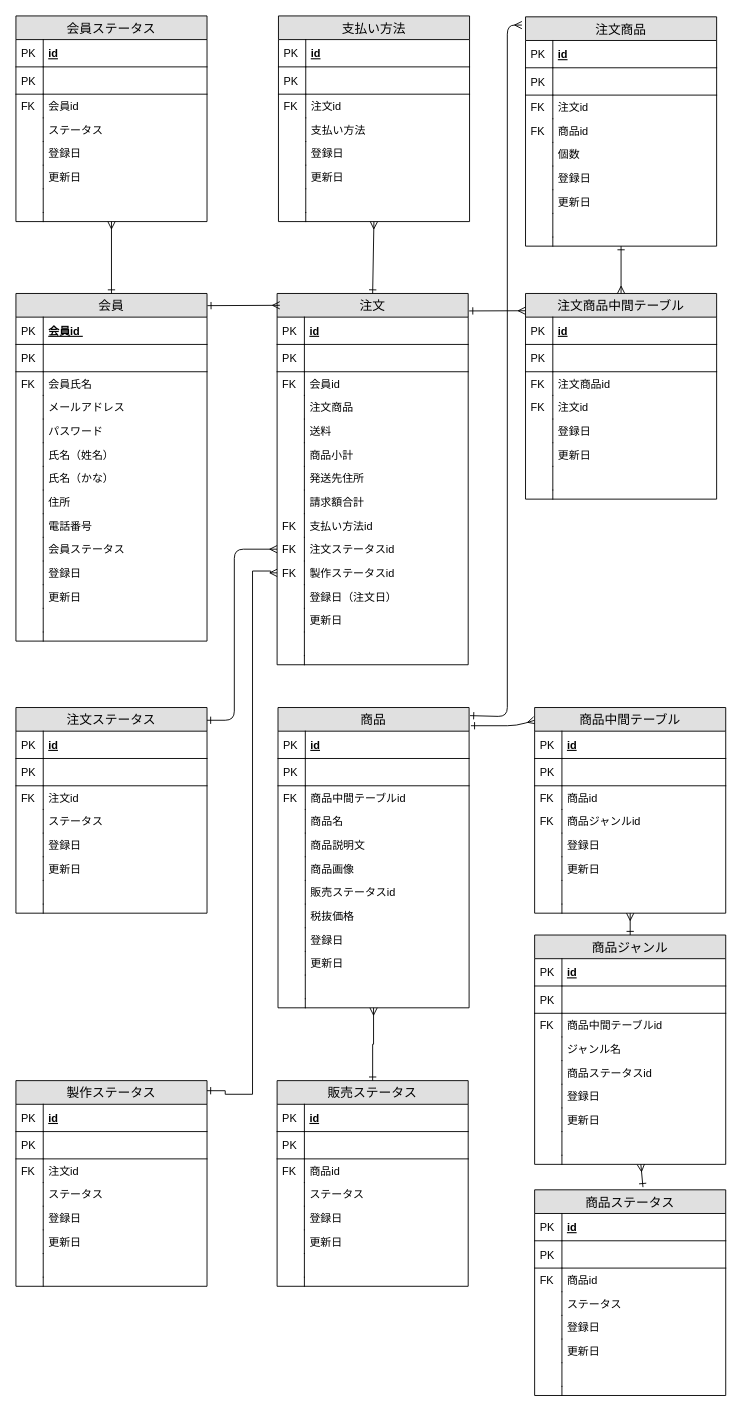
Earlier version of the draw.io diagram page "第二正規形" (3 of 4) of ER図.drawio (tibisaki67/ECsite). Source tidied: cells renumbered, new cells numbered last; positions are measured from the earlier drawing's top-left corner, leaving out a move shared by most shapes. Both pictures are drawn from the tidied source at 91%, with x=0, y=0 at pixel (15, 15).
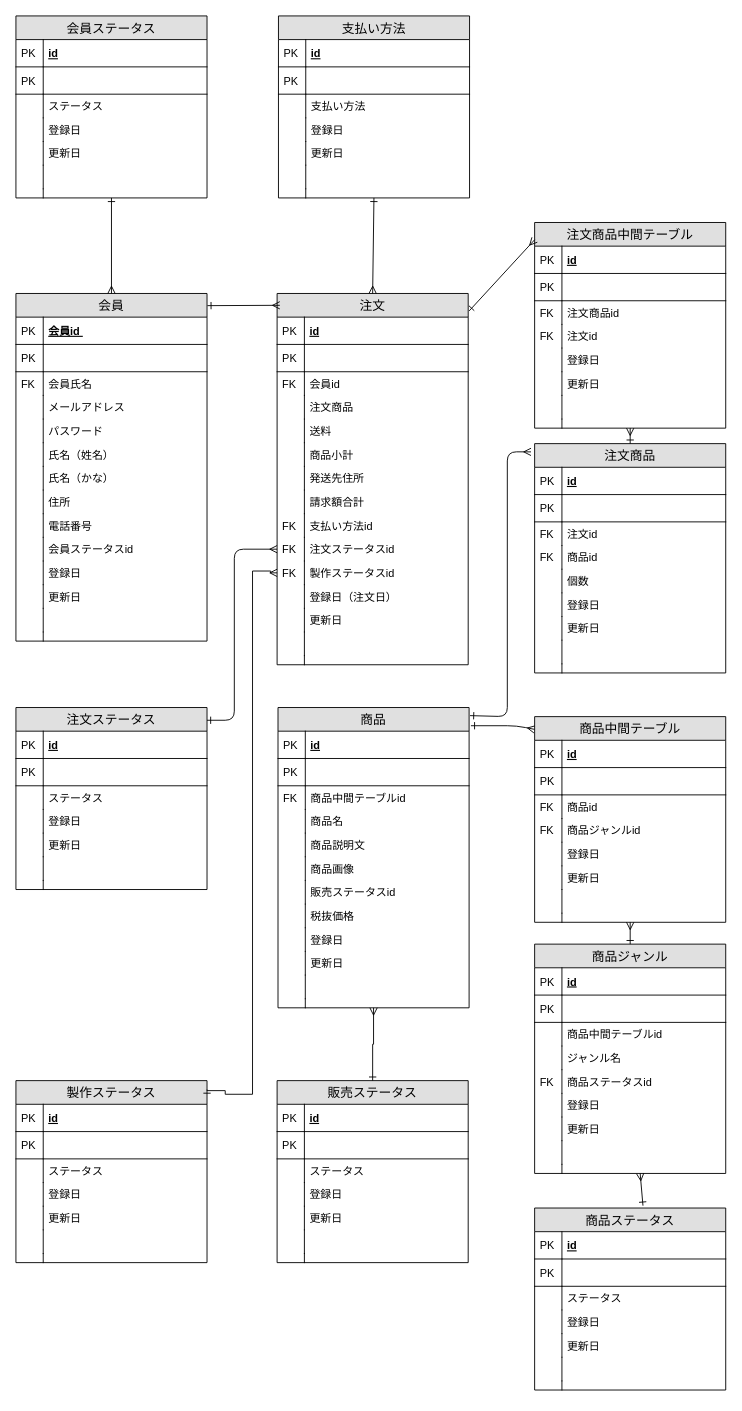
The same diagram, later.

The change refers to these unchanged cells:
```xml
<mxCell id="3" value="会員" style="swimlane;fontStyle=0;horizontal=1;startSize=26;fillColor=#e0e0e0;swimlaneFillColor=#ffffff;align=center;fontSize=14;" parent="1" vertex="1">
  <mxGeometry y="305" width="210" height="382" as="geometry" />
</mxCell>
<mxCell id="32" value="注文" style="swimlane;fontStyle=0;horizontal=1;startSize=26;fillColor=#e0e0e0;swimlaneFillColor=#ffffff;align=center;fontSize=14;" parent="1" vertex="1">
  <mxGeometry x="287" y="305" width="210" height="408" as="geometry" />
</mxCell>
<mxCell id="82" value="商品" style="swimlane;fontStyle=0;horizontal=1;startSize=26;fillColor=#e0e0e0;swimlaneFillColor=#ffffff;align=center;fontSize=14;" parent="1" vertex="1">
  <mxGeometry x="288" y="760" width="210" height="330" as="geometry" />
</mxCell>
<mxCell id="112" value="商品中間テーブルid" style="shape=partialRectangle;top=0;left=0;right=0;bottom=0;align=left;verticalAlign=top;fillColor=none;spacingLeft=34;spacingRight=4;overflow=hidden;fontSize=12;" parent="107" vertex="1">
  <mxGeometry y="86" width="210" height="26" as="geometry" />
</mxCell>
<mxCell id="116" value="商品ステータスid" style="shape=partialRectangle;top=0;left=0;right=0;bottom=0;align=left;verticalAlign=top;fillColor=none;spacingLeft=34;spacingRight=4;overflow=hidden;fontSize=12;" parent="107" vertex="1">
  <mxGeometry y="138" width="210" height="26" as="geometry" />
</mxCell>
```

What changed in the source:
```diff
@@
-    <mxCell id="22" value="会員ステータス" style="shape=partialRectangle;top=0;left=0;right=0;bottom=0;align=left;verticalAlign=top;fillColor=none;spacingLeft=34;spacingRight=4;overflow=hidden;fontSize=12;" parent="3" vertex="1">
+    <mxCell id="22" value="会員ステータスid" style="shape=partialRectangle;top=0;left=0;right=0;bottom=0;align=left;verticalAlign=top;fillColor=none;spacingLeft=34;spacingRight=4;overflow=hidden;fontSize=12;" parent="3" vertex="1">
       <mxGeometry y="268" width="210" height="26" as="geometry" />
     </mxCell>
@@
     <mxCell id="63" value="注文商品" style="swimlane;fontStyle=0;horizontal=1;startSize=26;fillColor=#e0e0e0;swimlaneFillColor=#ffffff;align=center;fontSize=14;" parent="1" vertex="1">
-      <mxGeometry x="560" y="1" width="210" height="252" as="geometry" />
+      <mxGeometry x="570" y="470" width="210" height="252" as="geometry" />
     </mxCell>
@@
     <mxCell id="107" value="商品ジャンル" style="swimlane;fontStyle=0;horizontal=1;startSize=26;fillColor=#e0e0e0;swimlaneFillColor=#ffffff;align=center;fontSize=14;" parent="1" vertex="1">
-      <mxGeometry x="570" y="1010" width="210" height="252" as="geometry" />
+      <mxGeometry x="570" y="1020" width="210" height="252" as="geometry" />
     </mxCell>
@@
-    <mxCell id="113" value="FK" style="shape=partialRectangle;top=0;left=0;bottom=0;fillColor=none;align=left;verticalAlign=top;spacingLeft=4;spacingRight=4;overflow=hidden;fontSize=12;" parent="112" vertex="1">
+    <mxCell id="113" style="shape=partialRectangle;top=0;left=0;bottom=0;fillColor=none;align=left;verticalAlign=top;spacingLeft=4;spacingRight=4;overflow=hidden;fontSize=12;" parent="112" vertex="1">
       <mxGeometry width="30" height="26" as="geometry" />
     </mxCell>
@@
-    <mxCell id="117" style="shape=partialRectangle;top=0;left=0;bottom=0;fillColor=none;align=left;verticalAlign=top;spacingLeft=4;spacingRight=4;overflow=hidden;fontSize=12;" parent="116" vertex="1">
+    <mxCell id="117" value="FK" style="shape=partialRectangle;top=0;left=0;bottom=0;fillColor=none;align=left;verticalAlign=top;spacingLeft=4;spacingRight=4;overflow=hidden;fontSize=12;" parent="116" vertex="1">
       <mxGeometry width="30" height="26" as="geometry" />
     </mxCell>
@@
     <mxCell id="127" value="注文ステータス" style="swimlane;fontStyle=0;horizontal=1;startSize=26;fillColor=#e0e0e0;swimlaneFillColor=#ffffff;align=center;fontSize=14;" parent="1" vertex="1">
-      <mxGeometry y="760" width="210" height="226" as="geometry" />
+      <mxGeometry y="760" width="210" height="200" as="geometry" />
     </mxCell>
@@
-    <mxCell id="133" value="注文id" style="shape=partialRectangle;top=0;left=0;right=0;bottom=0;align=left;verticalAlign=top;fillColor=none;spacingLeft=34;spacingRight=4;overflow=hidden;fontSize=12;" parent="127" vertex="1">
-      <mxGeometry y="86" width="210" height="26" as="geometry" />
-    </mxCell>
-    <mxCell id="134" value="FK" style="shape=partialRectangle;top=0;left=0;bottom=0;fillColor=none;align=left;verticalAlign=top;spacingLeft=4;spacingRight=4;overflow=hidden;fontSize=12;" parent="133" vertex="1">
-      <mxGeometry width="30" height="26" as="geometry" />
-    </mxCell>
     <mxCell id="135" value="ステータス" style="shape=partialRectangle;top=0;left=0;right=0;bottom=0;align=left;verticalAlign=top;fillColor=none;spacingLeft=34;spacingRight=4;overflow=hidden;fontSize=12;" parent="127" vertex="1">
-      <mxGeometry y="112" width="210" height="26" as="geometry" />
+      <mxGeometry y="86" width="210" height="26" as="geometry" />
     </mxCell>
@@
     <mxCell id="137" value="登録日" style="shape=partialRectangle;top=0;left=0;right=0;bottom=0;align=left;verticalAlign=top;fillColor=none;spacingLeft=34;spacingRight=4;overflow=hidden;fontSize=12;" parent="127" vertex="1">
-      <mxGeometry y="138" width="210" height="26" as="geometry" />
+      <mxGeometry y="112" width="210" height="26" as="geometry" />
     </mxCell>
@@
     <mxCell id="139" value="更新日" style="shape=partialRectangle;top=0;left=0;right=0;bottom=0;align=left;verticalAlign=top;fillColor=none;spacingLeft=34;spacingRight=4;overflow=hidden;fontSize=12;" parent="127" vertex="1">
-      <mxGeometry y="164" width="210" height="26" as="geometry" />
+      <mxGeometry y="138" width="210" height="26" as="geometry" />
     </mxCell>
@@
     <mxCell id="141" style="shape=partialRectangle;top=0;left=0;right=0;bottom=0;align=left;verticalAlign=top;fillColor=none;spacingLeft=34;spacingRight=4;overflow=hidden;fontSize=12;" parent="127" vertex="1">
-      <mxGeometry y="190" width="210" height="26" as="geometry" />
+      <mxGeometry y="164" width="210" height="26" as="geometry" />
     </mxCell>
@@
     <mxCell id="143" style="shape=partialRectangle;top=0;left=0;right=0;bottom=0;align=left;verticalAlign=top;fillColor=none;spacingLeft=34;spacingRight=4;overflow=hidden;fontSize=12;" parent="127" vertex="1">
-      <mxGeometry y="216" width="210" height="10" as="geometry" />
+      <mxGeometry y="190" width="210" height="10" as="geometry" />
     </mxCell>
@@
     <mxCell id="145" value="製作ステータス" style="swimlane;fontStyle=0;horizontal=1;startSize=26;fillColor=#e0e0e0;swimlaneFillColor=#ffffff;align=center;fontSize=14;" parent="1" vertex="1">
-      <mxGeometry y="1170" width="210" height="226" as="geometry" />
+      <mxGeometry y="1170" width="210" height="200" as="geometry" />
     </mxCell>
@@
-    <mxCell id="150" value="注文id" style="shape=partialRectangle;top=0;left=0;right=0;bottom=0;align=left;verticalAlign=top;fillColor=none;spacingLeft=34;spacingRight=4;overflow=hidden;fontSize=12;" parent="145" vertex="1">
-      <mxGeometry y="86" width="210" height="26" as="geometry" />
-    </mxCell>
-    <mxCell id="151" value="FK" style="shape=partialRectangle;top=0;left=0;bottom=0;fillColor=none;align=left;verticalAlign=top;spacingLeft=4;spacingRight=4;overflow=hidden;fontSize=12;" parent="150" vertex="1">
-      <mxGeometry width="30" height="26" as="geometry" />
-    </mxCell>
     <mxCell id="152" value="ステータス" style="shape=partialRectangle;top=0;left=0;right=0;bottom=0;align=left;verticalAlign=top;fillColor=none;spacingLeft=34;spacingRight=4;overflow=hidden;fontSize=12;" parent="145" vertex="1">
-      <mxGeometry y="112" width="210" height="26" as="geometry" />
+      <mxGeometry y="86" width="210" height="26" as="geometry" />
     </mxCell>
@@
     <mxCell id="154" value="登録日" style="shape=partialRectangle;top=0;left=0;right=0;bottom=0;align=left;verticalAlign=top;fillColor=none;spacingLeft=34;spacingRight=4;overflow=hidden;fontSize=12;" parent="145" vertex="1">
-      <mxGeometry y="138" width="210" height="26" as="geometry" />
+      <mxGeometry y="112" width="210" height="26" as="geometry" />
     </mxCell>
@@
     <mxCell id="156" value="更新日" style="shape=partialRectangle;top=0;left=0;right=0;bottom=0;align=left;verticalAlign=top;fillColor=none;spacingLeft=34;spacingRight=4;overflow=hidden;fontSize=12;" parent="145" vertex="1">
-      <mxGeometry y="164" width="210" height="26" as="geometry" />
+      <mxGeometry y="138" width="210" height="26" as="geometry" />
     </mxCell>
@@
     <mxCell id="158" style="shape=partialRectangle;top=0;left=0;right=0;bottom=0;align=left;verticalAlign=top;fillColor=none;spacingLeft=34;spacingRight=4;overflow=hidden;fontSize=12;" parent="145" vertex="1">
-      <mxGeometry y="190" width="210" height="26" as="geometry" />
+      <mxGeometry y="164" width="210" height="26" as="geometry" />
     </mxCell>
@@
     <mxCell id="160" style="shape=partialRectangle;top=0;left=0;right=0;bottom=0;align=left;verticalAlign=top;fillColor=none;spacingLeft=34;spacingRight=4;overflow=hidden;fontSize=12;" parent="145" vertex="1">
-      <mxGeometry y="216" width="210" height="10" as="geometry" />
+      <mxGeometry y="190" width="210" height="10" as="geometry" />
     </mxCell>
@@
     <mxCell id="163" value="販売ステータス" style="swimlane;fontStyle=0;horizontal=1;startSize=26;fillColor=#e0e0e0;swimlaneFillColor=#ffffff;align=center;fontSize=14;" parent="1" vertex="1">
-      <mxGeometry x="287" y="1170" width="210" height="226" as="geometry" />
+      <mxGeometry x="287" y="1170" width="210" height="200" as="geometry" />
     </mxCell>
@@
-    <mxCell id="168" value="商品id" style="shape=partialRectangle;top=0;left=0;right=0;bottom=0;align=left;verticalAlign=top;fillColor=none;spacingLeft=34;spacingRight=4;overflow=hidden;fontSize=12;" parent="163" vertex="1">
-      <mxGeometry y="86" width="210" height="26" as="geometry" />
-    </mxCell>
-    <mxCell id="169" value="FK" style="shape=partialRectangle;top=0;left=0;bottom=0;fillColor=none;align=left;verticalAlign=top;spacingLeft=4;spacingRight=4;overflow=hidden;fontSize=12;" parent="168" vertex="1">
-      <mxGeometry width="30" height="26" as="geometry" />
-    </mxCell>
     <mxCell id="170" value="ステータス" style="shape=partialRectangle;top=0;left=0;right=0;bottom=0;align=left;verticalAlign=top;fillColor=none;spacingLeft=34;spacingRight=4;overflow=hidden;fontSize=12;" parent="163" vertex="1">
-      <mxGeometry y="112" width="210" height="26" as="geometry" />
+      <mxGeometry y="86" width="210" height="26" as="geometry" />
     </mxCell>
@@
     <mxCell id="172" value="登録日" style="shape=partialRectangle;top=0;left=0;right=0;bottom=0;align=left;verticalAlign=top;fillColor=none;spacingLeft=34;spacingRight=4;overflow=hidden;fontSize=12;" parent="163" vertex="1">
-      <mxGeometry y="138" width="210" height="26" as="geometry" />
+      <mxGeometry y="112" width="210" height="26" as="geometry" />
     </mxCell>
@@
     <mxCell id="174" value="更新日" style="shape=partialRectangle;top=0;left=0;right=0;bottom=0;align=left;verticalAlign=top;fillColor=none;spacingLeft=34;spacingRight=4;overflow=hidden;fontSize=12;" parent="163" vertex="1">
-      <mxGeometry y="164" width="210" height="26" as="geometry" />
+      <mxGeometry y="138" width="210" height="26" as="geometry" />
     </mxCell>
@@
     <mxCell id="176" style="shape=partialRectangle;top=0;left=0;right=0;bottom=0;align=left;verticalAlign=top;fillColor=none;spacingLeft=34;spacingRight=4;overflow=hidden;fontSize=12;" parent="163" vertex="1">
-      <mxGeometry y="190" width="210" height="26" as="geometry" />
+      <mxGeometry y="164" width="210" height="26" as="geometry" />
     </mxCell>
@@
     <mxCell id="178" style="shape=partialRectangle;top=0;left=0;right=0;bottom=0;align=left;verticalAlign=top;fillColor=none;spacingLeft=34;spacingRight=4;overflow=hidden;fontSize=12;" parent="163" vertex="1">
-      <mxGeometry y="216" width="210" height="10" as="geometry" />
+      <mxGeometry y="190" width="210" height="10" as="geometry" />
     </mxCell>
@@
     <mxCell id="180" value="会員ステータス" style="swimlane;fontStyle=0;horizontal=1;startSize=26;fillColor=#e0e0e0;swimlaneFillColor=#ffffff;align=center;fontSize=14;" parent="1" vertex="1">
-      <mxGeometry width="210" height="226" as="geometry" />
+      <mxGeometry width="210" height="200" as="geometry" />
     </mxCell>
@@
-    <mxCell id="185" value="会員id" style="shape=partialRectangle;top=0;left=0;right=0;bottom=0;align=left;verticalAlign=top;fillColor=none;spacingLeft=34;spacingRight=4;overflow=hidden;fontSize=12;" parent="180" vertex="1">
-      <mxGeometry y="86" width="210" height="26" as="geometry" />
-    </mxCell>
-    <mxCell id="186" value="FK" style="shape=partialRectangle;top=0;left=0;bottom=0;fillColor=none;align=left;verticalAlign=top;spacingLeft=4;spacingRight=4;overflow=hidden;fontSize=12;" parent="185" vertex="1">
-      <mxGeometry width="30" height="26" as="geometry" />
-    </mxCell>
     <mxCell id="187" value="ステータス" style="shape=partialRectangle;top=0;left=0;right=0;bottom=0;align=left;verticalAlign=top;fillColor=none;spacingLeft=34;spacingRight=4;overflow=hidden;fontSize=12;" parent="180" vertex="1">
-      <mxGeometry y="112" width="210" height="26" as="geometry" />
+      <mxGeometry y="86" width="210" height="26" as="geometry" />
     </mxCell>
@@
     <mxCell id="189" value="登録日" style="shape=partialRectangle;top=0;left=0;right=0;bottom=0;align=left;verticalAlign=top;fillColor=none;spacingLeft=34;spacingRight=4;overflow=hidden;fontSize=12;" parent="180" vertex="1">
-      <mxGeometry y="138" width="210" height="26" as="geometry" />
+      <mxGeometry y="112" width="210" height="26" as="geometry" />
     </mxCell>
@@
     <mxCell id="191" value="更新日" style="shape=partialRectangle;top=0;left=0;right=0;bottom=0;align=left;verticalAlign=top;fillColor=none;spacingLeft=34;spacingRight=4;overflow=hidden;fontSize=12;" parent="180" vertex="1">
-      <mxGeometry y="164" width="210" height="26" as="geometry" />
+      <mxGeometry y="138" width="210" height="26" as="geometry" />
     </mxCell>
@@
     <mxCell id="193" style="shape=partialRectangle;top=0;left=0;right=0;bottom=0;align=left;verticalAlign=top;fillColor=none;spacingLeft=34;spacingRight=4;overflow=hidden;fontSize=12;" parent="180" vertex="1">
-      <mxGeometry y="190" width="210" height="26" as="geometry" />
+      <mxGeometry y="164" width="210" height="26" as="geometry" />
     </mxCell>
@@
     <mxCell id="195" style="shape=partialRectangle;top=0;left=0;right=0;bottom=0;align=left;verticalAlign=top;fillColor=none;spacingLeft=34;spacingRight=4;overflow=hidden;fontSize=12;" parent="180" vertex="1">
-      <mxGeometry y="216" width="210" height="10" as="geometry" />
+      <mxGeometry y="190" width="210" height="10" as="geometry" />
     </mxCell>
@@
-    <mxCell id="197" style="endArrow=ERmany;html=1;endFill=0;startArrow=ERone;startFill=0;exitX=0.5;exitY=0;exitDx=0;exitDy=0;" parent="1" edge="1" source="3" target="180">
+    <mxCell id="197" style="endArrow=ERone;html=1;endFill=0;startArrow=ERmany;startFill=0;exitX=0.5;exitY=0;exitDx=0;exitDy=0;" parent="1" edge="1" source="3" target="180">
       <mxGeometry relative="1" as="geometry" />
     </mxCell>
     <mxCell id="198" value="支払い方法" style="swimlane;fontStyle=0;horizontal=1;startSize=26;fillColor=#e0e0e0;swimlaneFillColor=#ffffff;align=center;fontSize=14;" parent="1" vertex="1">
-      <mxGeometry x="288.5" width="210" height="226" as="geometry" />
+      <mxGeometry x="288.5" width="210" height="200" as="geometry" />
     </mxCell>
@@
-    <mxCell id="203" value="注文id" style="shape=partialRectangle;top=0;left=0;right=0;bottom=0;align=left;verticalAlign=top;fillColor=none;spacingLeft=34;spacingRight=4;overflow=hidden;fontSize=12;" parent="198" vertex="1">
-      <mxGeometry y="86" width="210" height="26" as="geometry" />
-    </mxCell>
-    <mxCell id="204" value="FK" style="shape=partialRectangle;top=0;left=0;bottom=0;fillColor=none;align=left;verticalAlign=top;spacingLeft=4;spacingRight=4;overflow=hidden;fontSize=12;" parent="203" vertex="1">
-      <mxGeometry width="30" height="26" as="geometry" />
-    </mxCell>
     <mxCell id="205" value="支払い方法" style="shape=partialRectangle;top=0;left=0;right=0;bottom=0;align=left;verticalAlign=top;fillColor=none;spacingLeft=34;spacingRight=4;overflow=hidden;fontSize=12;" parent="198" vertex="1">
-      <mxGeometry y="112" width="210" height="26" as="geometry" />
+      <mxGeometry y="86" width="210" height="26" as="geometry" />
     </mxCell>
@@
     <mxCell id="207" value="登録日" style="shape=partialRectangle;top=0;left=0;right=0;bottom=0;align=left;verticalAlign=top;fillColor=none;spacingLeft=34;spacingRight=4;overflow=hidden;fontSize=12;" parent="198" vertex="1">
-      <mxGeometry y="138" width="210" height="26" as="geometry" />
+      <mxGeometry y="112" width="210" height="26" as="geometry" />
     </mxCell>
@@
     <mxCell id="209" value="更新日" style="shape=partialRectangle;top=0;left=0;right=0;bottom=0;align=left;verticalAlign=top;fillColor=none;spacingLeft=34;spacingRight=4;overflow=hidden;fontSize=12;" parent="198" vertex="1">
-      <mxGeometry y="164" width="210" height="26" as="geometry" />
+      <mxGeometry y="138" width="210" height="26" as="geometry" />
     </mxCell>
@@
     <mxCell id="211" style="shape=partialRectangle;top=0;left=0;right=0;bottom=0;align=left;verticalAlign=top;fillColor=none;spacingLeft=34;spacingRight=4;overflow=hidden;fontSize=12;" parent="198" vertex="1">
-      <mxGeometry y="190" width="210" height="26" as="geometry" />
+      <mxGeometry y="164" width="210" height="26" as="geometry" />
     </mxCell>
@@
     <mxCell id="213" style="shape=partialRectangle;top=0;left=0;right=0;bottom=0;align=left;verticalAlign=top;fillColor=none;spacingLeft=34;spacingRight=4;overflow=hidden;points=[[0,0.5],[1,0.5]];portConstraint=eastwest;fontSize=12;" parent="198" vertex="1">
-      <mxGeometry y="216" width="210" height="10" as="geometry" />
+      <mxGeometry y="190" width="210" height="10" as="geometry" />
     </mxCell>
@@
-    <mxCell id="215" style="endArrow=ERmany;html=1;endFill=0;startArrow=ERone;startFill=0;exitX=0.5;exitY=0;exitDx=0;exitDy=0;" parent="1" edge="1" source="32" target="213">
+    <mxCell id="215" style="endArrow=ERone;html=1;endFill=0;startArrow=ERmany;startFill=0;exitX=0.5;exitY=0;exitDx=0;exitDy=0;" parent="1" edge="1" source="32" target="213">
       <mxGeometry relative="1" as="geometry" />
     </mxCell>
@@
     <mxCell id="218" value="商品中間テーブル" style="swimlane;fontStyle=0;horizontal=1;startSize=26;fillColor=#e0e0e0;swimlaneFillColor=#ffffff;align=center;fontSize=14;" parent="1" vertex="1">
-      <mxGeometry x="570" y="760" width="210" height="226" as="geometry" />
+      <mxGeometry x="570" y="770" width="210" height="226" as="geometry" />
     </mxCell>
@@
     <mxCell id="236" value="注文商品中間テーブル" style="swimlane;fontStyle=0;horizontal=1;startSize=26;fillColor=#e0e0e0;swimlaneFillColor=#ffffff;align=center;fontSize=14;" parent="1" vertex="1">
-      <mxGeometry x="560" y="305" width="210" height="226" as="geometry" />
+      <mxGeometry x="570" y="227" width="210" height="226" as="geometry" />
     </mxCell>
@@
     <mxCell id="255" value="商品ステータス" style="swimlane;fontStyle=0;horizontal=1;startSize=26;fillColor=#e0e0e0;swimlaneFillColor=#ffffff;align=center;fontSize=14;" parent="1" vertex="1">
-      <mxGeometry x="570" y="1290" width="210" height="226" as="geometry" />
+      <mxGeometry x="570" y="1310" width="210" height="200" as="geometry" />
     </mxCell>
@@
-    <mxCell id="260" value="商品id" style="shape=partialRectangle;top=0;left=0;right=0;bottom=0;align=left;verticalAlign=top;fillColor=none;spacingLeft=34;spacingRight=4;overflow=hidden;fontSize=12;" parent="255" vertex="1">
-      <mxGeometry y="86" width="210" height="26" as="geometry" />
-    </mxCell>
-    <mxCell id="261" value="FK" style="shape=partialRectangle;top=0;left=0;bottom=0;fillColor=none;align=left;verticalAlign=top;spacingLeft=4;spacingRight=4;overflow=hidden;fontSize=12;" parent="260" vertex="1">
-      <mxGeometry width="30" height="26" as="geometry" />
-    </mxCell>
     <mxCell id="262" value="ステータス" style="shape=partialRectangle;top=0;left=0;right=0;bottom=0;align=left;verticalAlign=top;fillColor=none;spacingLeft=34;spacingRight=4;overflow=hidden;fontSize=12;" parent="255" vertex="1">
-      <mxGeometry y="112" width="210" height="26" as="geometry" />
+      <mxGeometry y="86" width="210" height="26" as="geometry" />
     </mxCell>
@@
     <mxCell id="264" value="登録日" style="shape=partialRectangle;top=0;left=0;right=0;bottom=0;align=left;verticalAlign=top;fillColor=none;spacingLeft=34;spacingRight=4;overflow=hidden;fontSize=12;" parent="255" vertex="1">
-      <mxGeometry y="138" width="210" height="26" as="geometry" />
+      <mxGeometry y="112" width="210" height="26" as="geometry" />
     </mxCell>
@@
     <mxCell id="266" value="更新日" style="shape=partialRectangle;top=0;left=0;right=0;bottom=0;align=left;verticalAlign=top;fillColor=none;spacingLeft=34;spacingRight=4;overflow=hidden;fontSize=12;" parent="255" vertex="1">
-      <mxGeometry y="164" width="210" height="26" as="geometry" />
+      <mxGeometry y="138" width="210" height="26" as="geometry" />
     </mxCell>
@@
     <mxCell id="268" style="shape=partialRectangle;top=0;left=0;right=0;bottom=0;align=left;verticalAlign=top;fillColor=none;spacingLeft=34;spacingRight=4;overflow=hidden;fontSize=12;" parent="255" vertex="1">
-      <mxGeometry y="190" width="210" height="26" as="geometry" />
+      <mxGeometry y="164" width="210" height="26" as="geometry" />
     </mxCell>
@@
     <mxCell id="270" style="shape=partialRectangle;top=0;left=0;right=0;bottom=0;align=left;verticalAlign=top;fillColor=none;spacingLeft=34;spacingRight=4;overflow=hidden;fontSize=12;" parent="255" vertex="1">
-      <mxGeometry y="216" width="210" height="10" as="geometry" />
+      <mxGeometry y="190" width="210" height="10" as="geometry" />
     </mxCell>
@@
     <mxCell id="273" style="endArrow=ERmany;html=1;endFill=0;startArrow=ERone;startFill=0;entryX=-0.019;entryY=0.036;entryDx=0;entryDy=0;entryPerimeter=0;exitX=1.005;exitY=0.027;exitDx=0;exitDy=0;exitPerimeter=0;" parent="1" edge="1" source="82" target="63">
       <mxGeometry relative="1" as="geometry">
         <Array as="points">
           <mxPoint x="540" y="770" />
-          <mxPoint x="540" y="10" />
+          <mxPoint x="540" y="479" />
         </Array>
       </mxGeometry>
     </mxCell>
```
